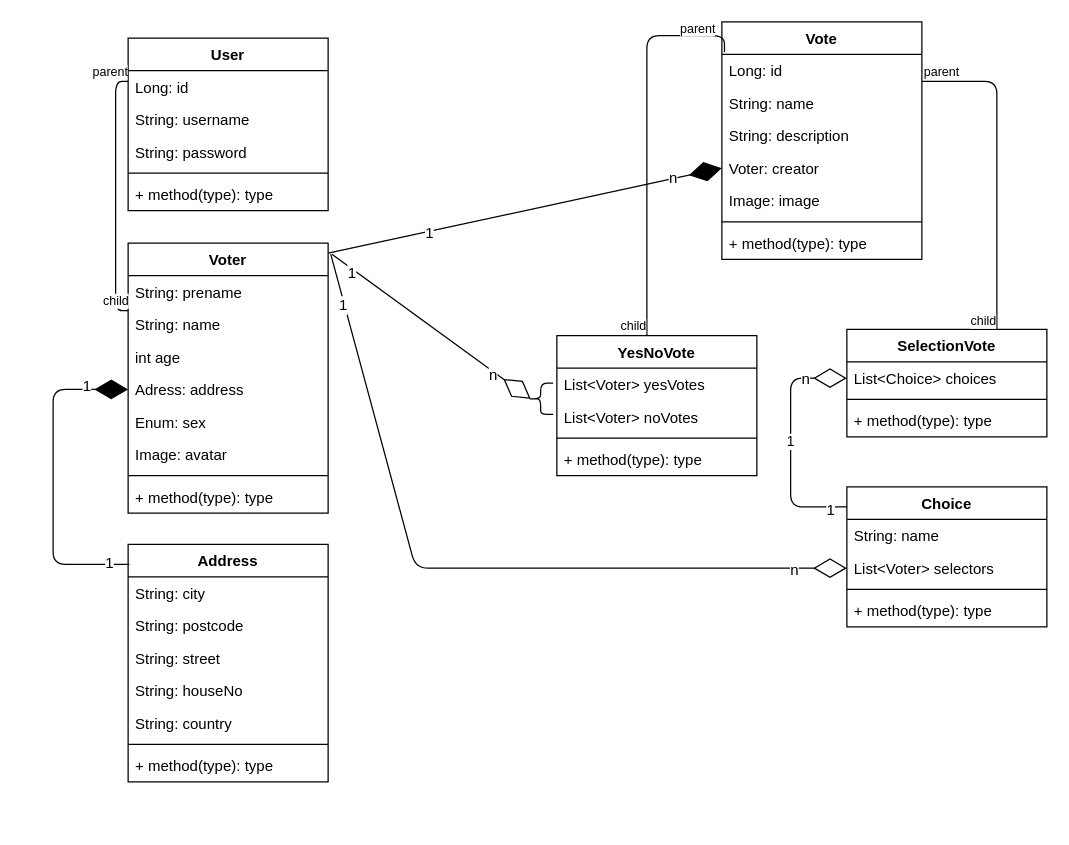
This is class-diagram.drawio from CodeWithFriendsKa/verteilte-systeme-vote-doku, a draw.io file, before an edit. Source tidied: cells renumbered, new cells numbered last; positions are measured from the earlier drawing's top-left corner, leaving out a move shared by most shapes. Both pictures are drawn from the tidied source at 125%, with x=0, y=0 at pixel (52, 21).
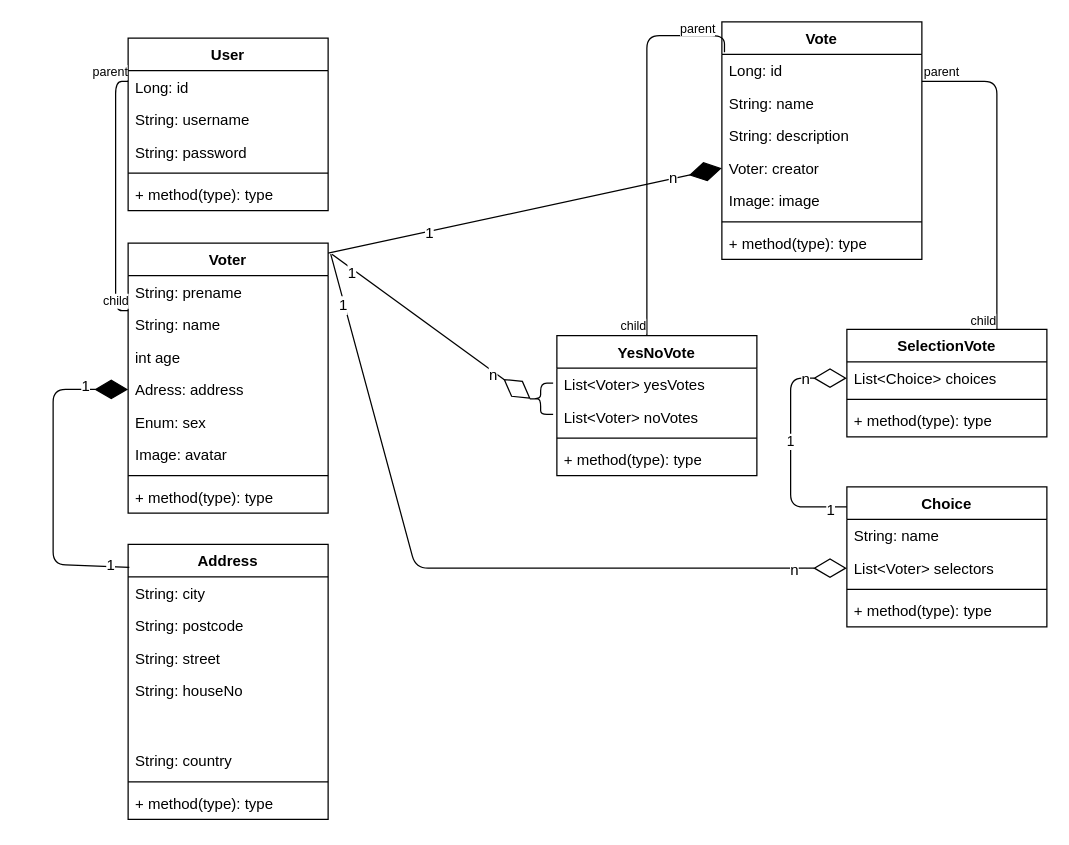
The same diagram, later.

Change to the diagram source:
```diff
@@
     <mxCell id="38" value="Address" style="swimlane;fontStyle=1;align=center;verticalAlign=top;horizontal=1;startSize=26;" parent="1" vertex="1">
-      <mxGeometry x="60" y="418" width="160" height="190" as="geometry" />
+      <mxGeometry x="60" y="418" width="160" height="220" as="geometry" />
     </mxCell>
@@
-    <mxCell id="42" value="String: houseNo" style="text;strokeColor=none;fillColor=none;align=left;verticalAlign=top;spacingLeft=4;spacingRight=4;overflow=hidden;" parent="38" vertex="1">
-      <mxGeometry y="104" width="160" height="26" as="geometry" />
+    <mxCell id="42" value="String: houseNo&#10;&#10;&#10;&#10;" style="text;strokeColor=none;fillColor=none;align=left;verticalAlign=top;spacingLeft=4;spacingRight=4;overflow=hidden;" parent="38" vertex="1">
+      <mxGeometry y="104" width="160" height="56" as="geometry" />
     </mxCell>
     <mxCell id="43" value="String: country " style="text;strokeColor=none;fillColor=none;align=left;verticalAlign=top;spacingLeft=4;spacingRight=4;overflow=hidden;" parent="38" vertex="1">
-      <mxGeometry y="130" width="160" height="26" as="geometry" />
+      <mxGeometry y="160" width="160" height="26" as="geometry" />
     </mxCell>
     <mxCell id="44" style="line;strokeWidth=1;fillColor=none;align=left;verticalAlign=middle;spacingTop=-1;spacingLeft=3;spacingRight=3;labelPosition=right;" parent="38" vertex="1">
-      <mxGeometry y="156" width="160" height="8" as="geometry" />
+      <mxGeometry y="186" width="160" height="8" as="geometry" />
     </mxCell>
     <mxCell id="45" value="+ method(type): type" style="text;strokeColor=none;fillColor=none;align=left;verticalAlign=top;spacingLeft=4;spacingRight=4;overflow=hidden;" parent="38" vertex="1">
-      <mxGeometry y="164" width="160" height="26" as="geometry" />
+      <mxGeometry y="194" width="160" height="26" as="geometry" />
     </mxCell>
```
